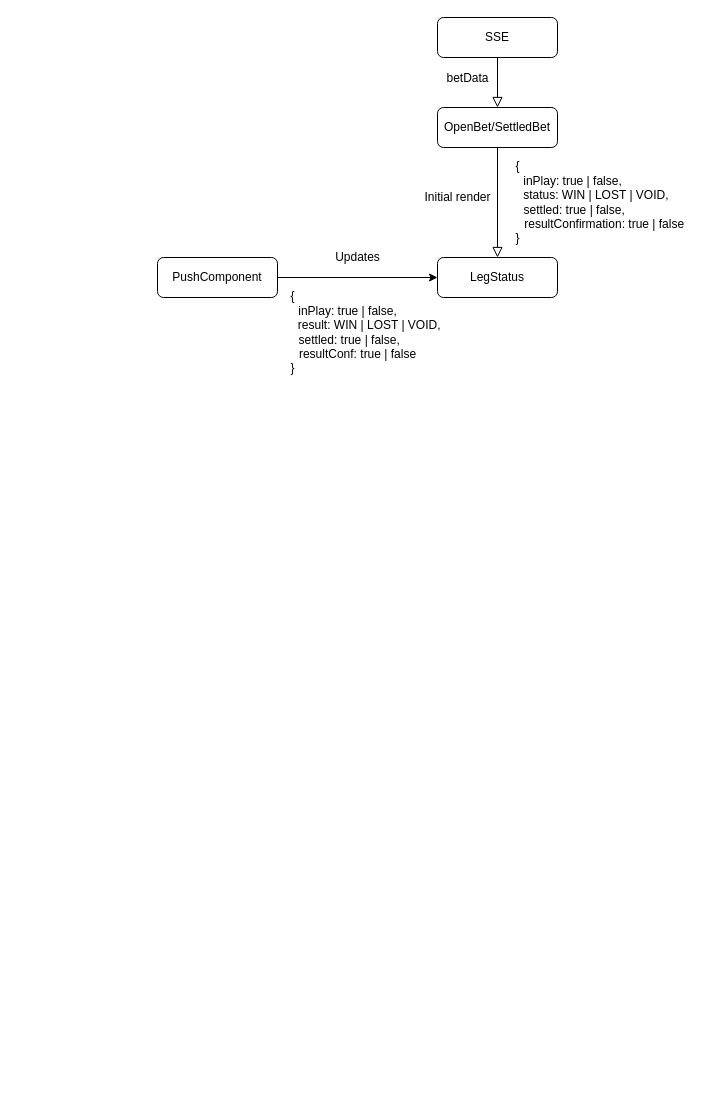
The draw.io diagram Untitled Diagram.drawio in KrutA/testing, before the edit. Source tidied: cells renumbered, new cells numbered last; positions are measured from the earlier drawing's top-left corner, leaving out a move shared by most shapes. Both pictures are drawn from the tidied source at 100%, with x=0, y=0 at pixel (137, 17).
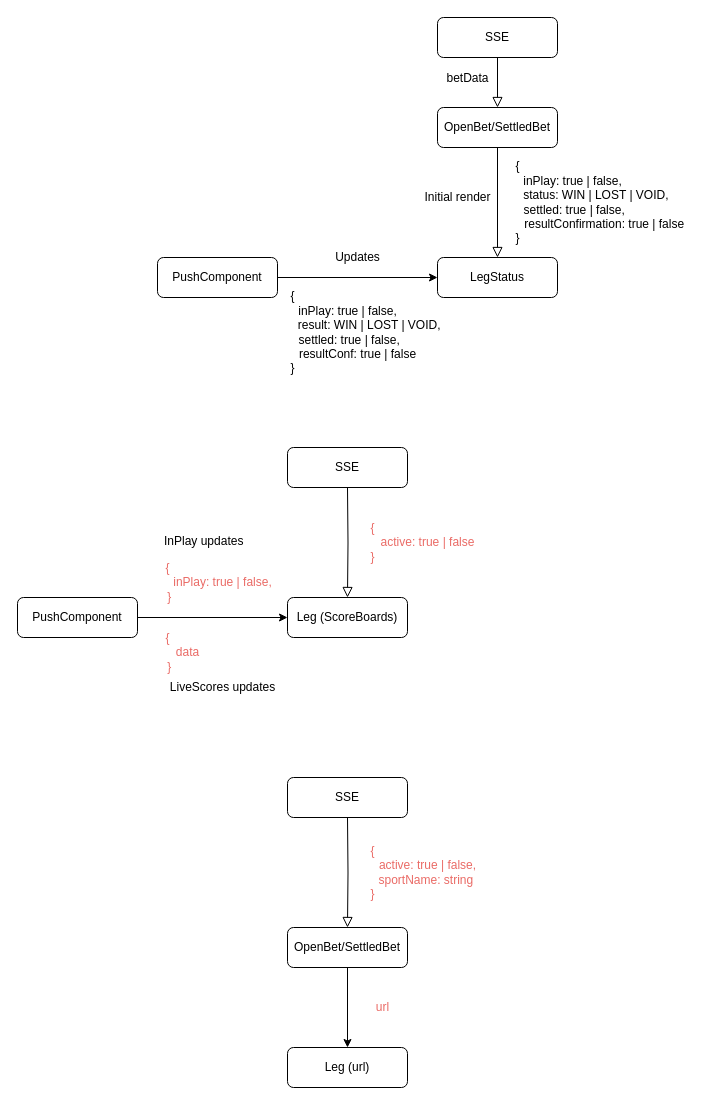
Above is the later version.

Commit message:
SettledBets issues Diagram.drawio

What changed in the source:
```diff
@@
+    <mxCell id="14" style="rounded=0;html=1;jettySize=auto;fontSize=11;endArrow=block;endFill=0;endSize=8;strokeWidth=1;shadow=0;labelBackgroundColor=none;edgeStyle=orthogonalEdgeStyle;entryX=0.5;entryY=0;entryDx=0;entryDy=0;" parent="1" edge="1" target="16">
+      <mxGeometry relative="1" as="geometry">
+        <mxPoint x="210" y="470" as="sourcePoint" />
+      </mxGeometry>
+    </mxCell>
+    <mxCell id="15" value="SSE" style="rounded=1;whiteSpace=wrap;html=1;fontSize=12;glass=0;strokeWidth=1;shadow=0;" parent="1" vertex="1">
+      <mxGeometry x="150" y="430" width="120" height="40" as="geometry" />
+    </mxCell>
+    <mxCell id="16" value="Leg (ScoreBoards)" style="rounded=1;whiteSpace=wrap;html=1;fontSize=12;glass=0;strokeWidth=1;shadow=0;" parent="1" vertex="1">
+      <mxGeometry x="150" y="580" width="120" height="40" as="geometry" />
+    </mxCell>
+    <mxCell id="17" value="{&lt;br&gt;&amp;nbsp; &amp;nbsp; &amp;nbsp; &amp;nbsp; &amp;nbsp; &amp;nbsp; &amp;nbsp; &amp;nbsp; &amp;nbsp; &amp;nbsp; &amp;nbsp; &amp;nbsp; &amp;nbsp; &amp;nbsp; &amp;nbsp; &amp;nbsp; &amp;nbsp;active: true | false&lt;br&gt;}" style="text;html=1;align=center;verticalAlign=middle;fontColor=#EA6B66;" parent="1" vertex="1">
+      <mxGeometry x="125" y="500" width="220" height="50" as="geometry" />
+    </mxCell>
+    <mxCell id="18" style="edgeStyle=orthogonalEdgeStyle;rounded=0;jettySize=auto;html=1;entryX=0;entryY=0.5;entryDx=0;entryDy=0;" parent="1" edge="1" source="19" target="16">
+      <mxGeometry relative="1" as="geometry" />
+    </mxCell>
+    <mxCell id="19" value="PushComponent" style="rounded=1;whiteSpace=wrap;html=1;fontSize=12;glass=0;strokeWidth=1;shadow=0;" parent="1" vertex="1">
+      <mxGeometry x="-120" y="580" width="120" height="40" as="geometry" />
+    </mxCell>
+    <mxCell id="20" value="{&lt;br&gt;&amp;nbsp; &amp;nbsp; &amp;nbsp; &amp;nbsp; &amp;nbsp; &amp;nbsp; &amp;nbsp; &amp;nbsp; &amp;nbsp; &amp;nbsp; &amp;nbsp; &amp;nbsp; &amp;nbsp; &amp;nbsp; &amp;nbsp; &amp;nbsp; &amp;nbsp;inPlay: true | false,&lt;br&gt;&amp;nbsp;}" style="text;html=1;align=center;verticalAlign=middle;fontColor=#EA6B66;" parent="1" vertex="1">
+      <mxGeometry x="-80" y="540" width="220" height="50" as="geometry" />
+    </mxCell>
+    <mxCell id="21" value="{&lt;br&gt;&amp;nbsp; &amp;nbsp; &amp;nbsp; &amp;nbsp; &amp;nbsp; &amp;nbsp; data&lt;br&gt;&amp;nbsp;}" style="text;html=1;align=center;verticalAlign=middle;fontColor=#EA6B66;" parent="1" vertex="1">
+      <mxGeometry x="-10" y="610" width="80" height="50" as="geometry" />
+    </mxCell>
+    <mxCell id="22" value="LiveScores updates" style="text;html=1;align=center;verticalAlign=middle;" parent="1" vertex="1">
+      <mxGeometry x="25" y="660" width="120" height="20" as="geometry" />
+    </mxCell>
+    <mxCell id="23" value="InPlay updates" style="text;html=1;" parent="1" vertex="1">
+      <mxGeometry x="25" y="510" width="130" height="30" as="geometry" />
+    </mxCell>
+    <mxCell id="24" style="rounded=0;html=1;jettySize=auto;fontSize=11;endArrow=block;endFill=0;endSize=8;strokeWidth=1;shadow=0;labelBackgroundColor=none;edgeStyle=orthogonalEdgeStyle;entryX=0.5;entryY=0;entryDx=0;entryDy=0;" parent="1" edge="1" target="27">
+      <mxGeometry relative="1" as="geometry">
+        <mxPoint x="210" y="800" as="sourcePoint" />
+      </mxGeometry>
+    </mxCell>
+    <mxCell id="25" value="SSE" style="rounded=1;whiteSpace=wrap;html=1;fontSize=12;glass=0;strokeWidth=1;shadow=0;" parent="1" vertex="1">
+      <mxGeometry x="150" y="760" width="120" height="40" as="geometry" />
+    </mxCell>
+    <mxCell id="26" style="edgeStyle=orthogonalEdgeStyle;rounded=0;jettySize=auto;html=1;entryX=0.5;entryY=0;entryDx=0;entryDy=0;fontColor=#EA6B66;" parent="1" edge="1" source="27" target="29">
+      <mxGeometry relative="1" as="geometry" />
+    </mxCell>
+    <mxCell id="27" value="OpenBet/SettledBet" style="rounded=1;whiteSpace=wrap;html=1;fontSize=12;glass=0;strokeWidth=1;shadow=0;" parent="1" vertex="1">
+      <mxGeometry x="150" y="910" width="120" height="40" as="geometry" />
+    </mxCell>
+    <mxCell id="28" value="{&lt;br&gt;&amp;nbsp; &amp;nbsp; &amp;nbsp; &amp;nbsp; &amp;nbsp; &amp;nbsp; &amp;nbsp; &amp;nbsp; &amp;nbsp; &amp;nbsp; &amp;nbsp; &amp;nbsp; &amp;nbsp; &amp;nbsp; &amp;nbsp; &amp;nbsp; &amp;nbsp;active: true | false,&lt;br&gt;&amp;nbsp; &amp;nbsp; &amp;nbsp; &amp;nbsp; &amp;nbsp; &amp;nbsp; &amp;nbsp; &amp;nbsp; &amp;nbsp; &amp;nbsp; &amp;nbsp; &amp;nbsp; &amp;nbsp; &amp;nbsp; &amp;nbsp; &amp;nbsp; sportName: string&lt;br&gt;}" style="text;html=1;align=center;verticalAlign=middle;fontColor=#EA6B66;" parent="1" vertex="1">
+      <mxGeometry x="125" y="825" width="220" height="60" as="geometry" />
+    </mxCell>
+    <mxCell id="29" value="Leg (url)" style="rounded=1;whiteSpace=wrap;html=1;fontSize=12;glass=0;strokeWidth=1;shadow=0;" parent="1" vertex="1">
+      <mxGeometry x="150" y="1030" width="120" height="40" as="geometry" />
+    </mxCell>
+    <mxCell id="30" value="url" style="text;html=1;align=center;verticalAlign=middle;fontColor=#EA6B66;" parent="1" vertex="1">
+      <mxGeometry x="230" y="980" width="30" height="20" as="geometry" />
+    </mxCell>
```
